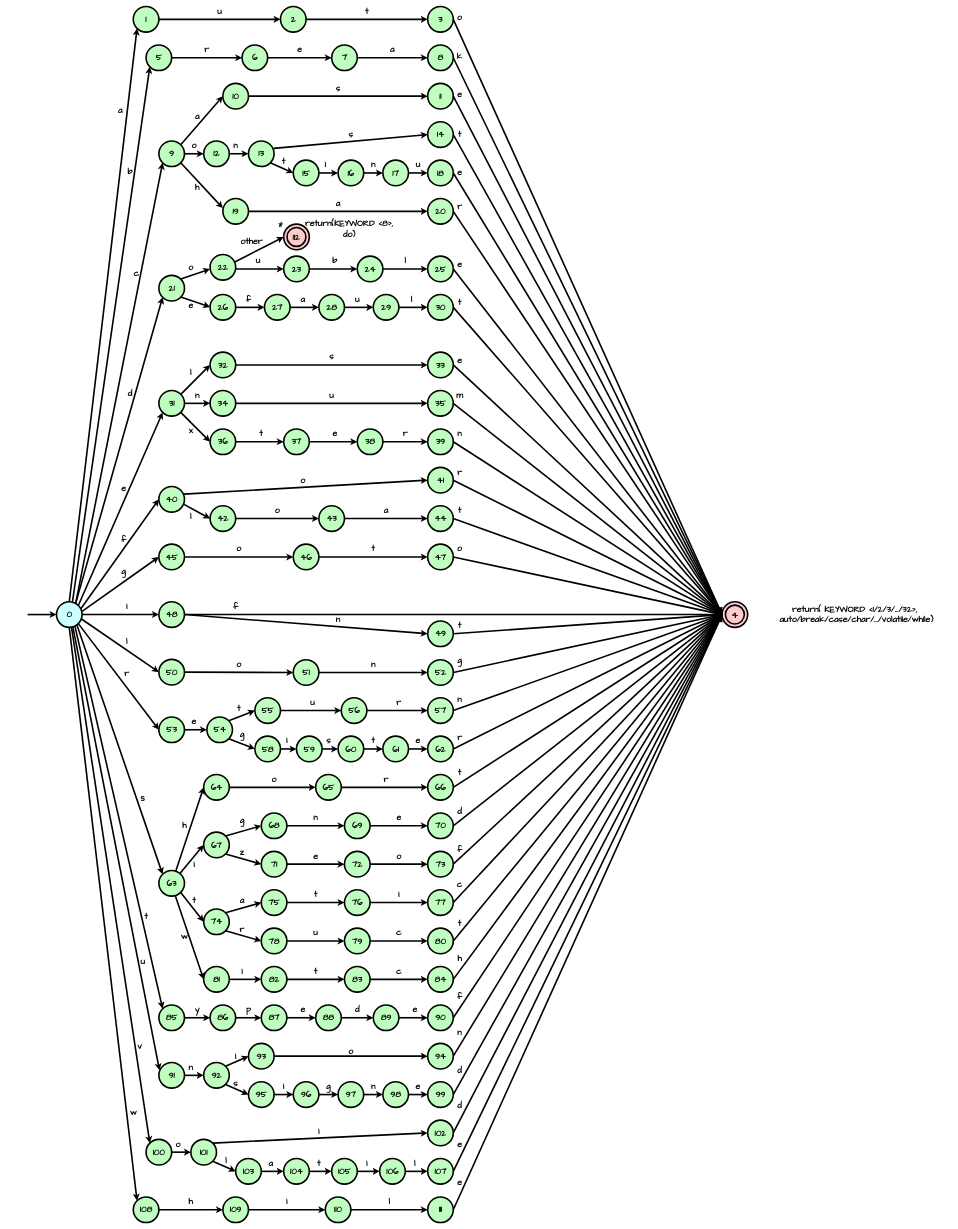
This is draw/DFA-保留字.drawio from zhangbird050801/C-Compiler, a draw.io file, before an edit. Source tidied: cells renumbered, new cells numbered last; positions are measured from the earlier drawing's top-left corner, leaving out a move shared by most shapes. Both pictures are drawn from the tidied source at 32%, with x=0, y=0 at pixel (28, 6).
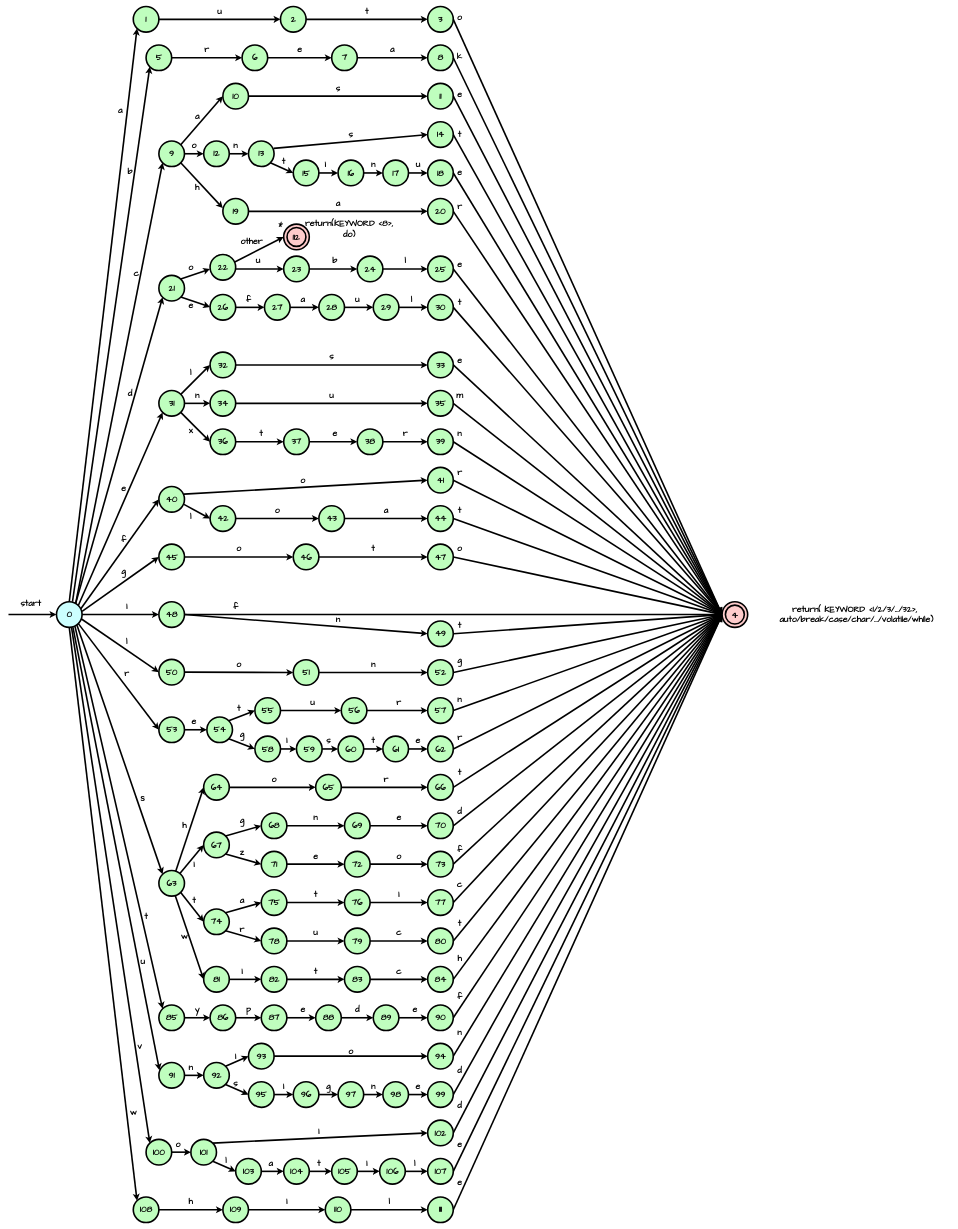
After the change.

Unchanged cells that the change refers to:
```xml
<mxCell id="3" value="&lt;font face=&quot;Comic Sans MS&quot;&gt;0&lt;/font&gt;" style="ellipse;whiteSpace=wrap;html=1;strokeWidth=5;fillColor=#CCFFFF;gradientColor=none;fontSize=27;fontStyle=1;" parent="1" vertex="1">
  <mxGeometry x="90" y="1860" width="80" height="80" as="geometry" />
</mxCell>
```

Change to the diagram source:
```diff
@@
     <mxCell id="2" style="edgeStyle=orthogonalEdgeStyle;rounded=0;jettySize=auto;html=1;exitX=0;exitY=0.5;exitDx=0;exitDy=0;strokeWidth=5;startArrow=classic;startFill=1;endArrow=none;endFill=0;fontSize=30;" parent="1" edge="1" source="3">
       <mxGeometry relative="1" as="geometry">
-        <mxPoint y="1900" as="targetPoint" />
+        <mxPoint x="-60" y="1900" as="targetPoint" />
       </mxGeometry>
     </mxCell>
@@
+    <mxCell id="407" value="&lt;font&gt;start&lt;/font&gt;" style="text;html=1;align=center;verticalAlign=middle;whiteSpace=wrap;rounded=0;fontFamily=Comic Sans MS;strokeWidth=5;fontSize=27;fontStyle=1;" parent="1" vertex="1">
+      <mxGeometry x="-30" y="1850" width="80" height="30" as="geometry" />
+    </mxCell>
```
